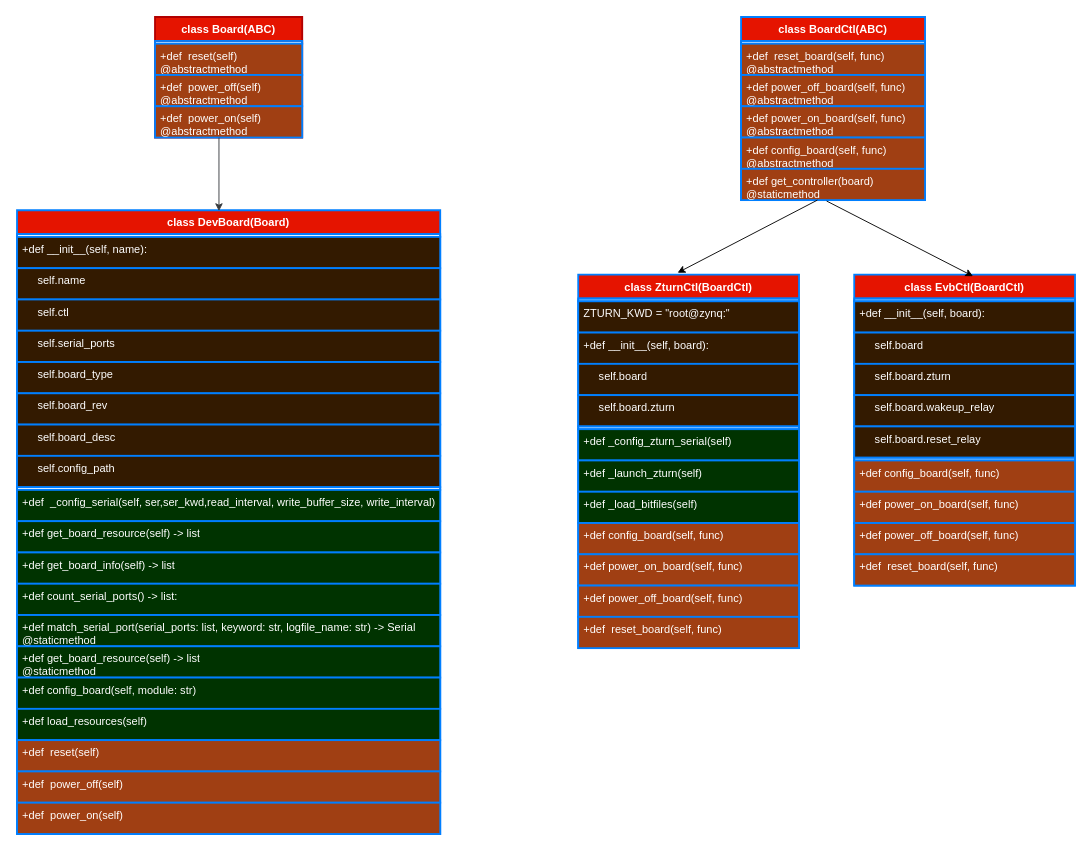
The draw.io diagram board.drawio in RuanZhen139/learngit, before the edit. Source tidied: cells renumbered, new cells numbered last; positions are measured from the earlier drawing's top-left corner, leaving out a move shared by most shapes. Both pictures are drawn from the tidied source at 92%, with x=0, y=0 at pixel (17, 17).
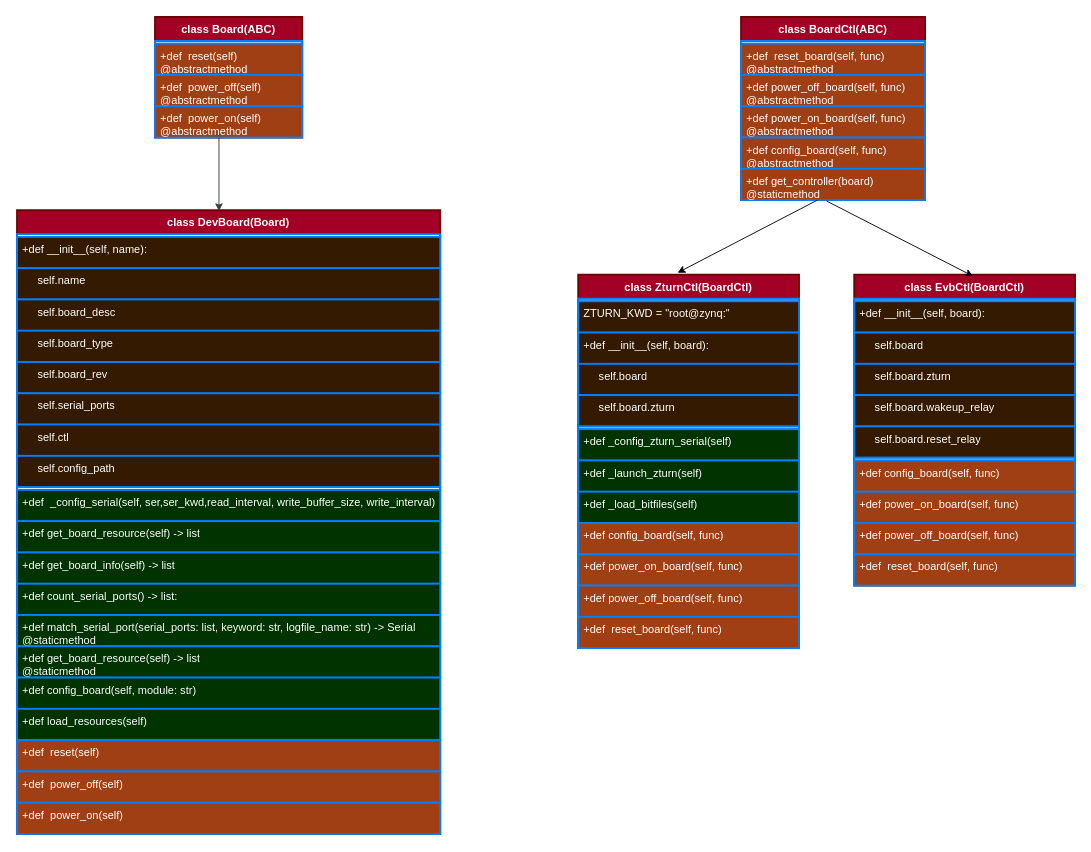
The same diagram, later.

The edit, as a diff of the source:
```diff
@@
-    <mxCell id="2" value="class Board(ABC)" style="swimlane;fontStyle=1;align=center;verticalAlign=top;horizontal=1;startSize=26;whiteSpace=wrap;html=1;fillColor=#e51400;fontColor=#ffffff;strokeColor=#B20000;strokeWidth=2;" parent="1" vertex="1">
+    <mxCell id="2" value="class Board(ABC)" style="swimlane;fontStyle=1;align=center;verticalAlign=top;horizontal=1;startSize=26;whiteSpace=wrap;html=1;fillColor=#a20025;fontColor=#ffffff;strokeColor=#6F0000;strokeWidth=2;" parent="1" vertex="1">
       <mxGeometry x="150" width="160" height="131" as="geometry" />
     </mxCell>
@@
-    <mxCell id="7" value="class DevBoard(Board&lt;span style=&quot;background-color: initial;&quot;&gt;)&lt;/span&gt;" style="swimlane;fontStyle=1;align=center;verticalAlign=top;horizontal=1;startSize=26;whiteSpace=wrap;html=1;fillColor=#e51400;fontColor=#ffffff;strokeColor=#007FFF;strokeWidth=2;" parent="1" vertex="1">
+    <mxCell id="7" value="class DevBoard(Board&lt;span style=&quot;background-color: initial;&quot;&gt;)&lt;/span&gt;" style="swimlane;fontStyle=1;align=center;verticalAlign=top;horizontal=1;startSize=26;whiteSpace=wrap;html=1;fillColor=#a20025;fontColor=#ffffff;strokeColor=#6F0000;strokeWidth=2;" parent="1" vertex="1">
       <mxGeometry y="210" width="460" height="678" as="geometry" />
     </mxCell>
@@
-    <mxCell id="11" value="&amp;nbsp; &amp;nbsp; &amp;nbsp;self.ctl" style="text;strokeColor=#007FFF;fillColor=#331A00;align=left;verticalAlign=top;spacingLeft=4;spacingRight=4;overflow=hidden;whiteSpace=wrap;html=1;fontColor=#ffffff;strokeWidth=2;" parent="7" vertex="1">
-      <mxGeometry y="97" width="460" height="34" as="geometry" />
-    </mxCell>
-    <mxCell id="12" value="&amp;nbsp; &amp;nbsp; &amp;nbsp;self.serial_ports" style="text;strokeColor=#007FFF;fillColor=#331A00;align=left;verticalAlign=top;spacingLeft=4;spacingRight=4;overflow=hidden;whiteSpace=wrap;html=1;fontColor=#ffffff;strokeWidth=2;" parent="7" vertex="1">
-      <mxGeometry y="131" width="460" height="34" as="geometry" />
-    </mxCell>
+    <mxCell id="15" value="&amp;nbsp; &amp;nbsp; &amp;nbsp;self.board_desc" style="text;strokeColor=#007FFF;fillColor=#331A00;align=left;verticalAlign=top;spacingLeft=4;spacingRight=4;overflow=hidden;whiteSpace=wrap;html=1;fontColor=#ffffff;strokeWidth=2;" parent="7" vertex="1">
+      <mxGeometry y="97" width="460" height="34" as="geometry" />
+    </mxCell>
     <mxCell id="13" value="&amp;nbsp; &amp;nbsp; &amp;nbsp;self.board_type" style="text;strokeColor=#007FFF;fillColor=#331A00;align=left;verticalAlign=top;spacingLeft=4;spacingRight=4;overflow=hidden;whiteSpace=wrap;html=1;fontColor=#ffffff;strokeWidth=2;" parent="7" vertex="1">
-      <mxGeometry y="165" width="460" height="34" as="geometry" />
+      <mxGeometry y="131" width="460" height="34" as="geometry" />
     </mxCell>
     <mxCell id="14" value="&amp;nbsp; &amp;nbsp; &amp;nbsp;self.board_rev" style="text;strokeColor=#007FFF;fillColor=#331A00;align=left;verticalAlign=top;spacingLeft=4;spacingRight=4;overflow=hidden;whiteSpace=wrap;html=1;fontColor=#ffffff;strokeWidth=2;" parent="7" vertex="1">
-      <mxGeometry y="199" width="460" height="34" as="geometry" />
+      <mxGeometry y="165" width="460" height="34" as="geometry" />
     </mxCell>
-    <mxCell id="15" value="&amp;nbsp; &amp;nbsp; &amp;nbsp;self.board_desc" style="text;strokeColor=#007FFF;fillColor=#331A00;align=left;verticalAlign=top;spacingLeft=4;spacingRight=4;overflow=hidden;whiteSpace=wrap;html=1;fontColor=#ffffff;strokeWidth=2;" parent="7" vertex="1">
-      <mxGeometry y="233" width="460" height="34" as="geometry" />
-    </mxCell>
+    <mxCell id="12" value="&amp;nbsp; &amp;nbsp; &amp;nbsp;self.serial_ports" style="text;strokeColor=#007FFF;fillColor=#331A00;align=left;verticalAlign=top;spacingLeft=4;spacingRight=4;overflow=hidden;whiteSpace=wrap;html=1;fontColor=#ffffff;strokeWidth=2;" parent="7" vertex="1">
+      <mxGeometry y="199" width="460" height="34" as="geometry" />
+    </mxCell>
+    <mxCell id="11" value="&amp;nbsp; &amp;nbsp; &amp;nbsp;self.ctl" style="text;strokeColor=#007FFF;fillColor=#331A00;align=left;verticalAlign=top;spacingLeft=4;spacingRight=4;overflow=hidden;whiteSpace=wrap;html=1;fontColor=#ffffff;strokeWidth=2;" parent="7" vertex="1">
+      <mxGeometry y="233" width="460" height="34" as="geometry" />
+    </mxCell>
@@
-    <mxCell id="30" value="class BoardCtl(ABC)" style="swimlane;fontStyle=1;align=center;verticalAlign=top;horizontal=1;startSize=26;whiteSpace=wrap;html=1;fillColor=#e51400;fontColor=#ffffff;strokeColor=#007FFF;strokeWidth=2;" parent="1" vertex="1">
+    <mxCell id="30" value="class BoardCtl(ABC)" style="swimlane;fontStyle=1;align=center;verticalAlign=top;horizontal=1;startSize=26;whiteSpace=wrap;html=1;fillColor=#a20025;fontColor=#ffffff;strokeColor=#6F0000;strokeWidth=2;" parent="1" vertex="1">
       <mxGeometry x="787" width="200" height="199" as="geometry" />
     </mxCell>
@@
-    <mxCell id="37" value="class ZturnCtl(BoardCtl)" style="swimlane;fontStyle=1;align=center;verticalAlign=top;horizontal=1;startSize=26;whiteSpace=wrap;html=1;fillColor=#e51400;fontColor=#ffffff;strokeColor=#007FFF;strokeWidth=2;" parent="1" vertex="1">
+    <mxCell id="37" value="class ZturnCtl(BoardCtl)" style="swimlane;fontStyle=1;align=center;verticalAlign=top;horizontal=1;startSize=26;whiteSpace=wrap;html=1;fillColor=#a20025;fontColor=#ffffff;strokeColor=#6F0000;strokeWidth=2;" parent="1" vertex="1">
       <mxGeometry x="610" y="280" width="240" height="406" as="geometry" />
     </mxCell>
@@
-    <mxCell id="51" value="class EvbCtl(BoardCtl)" style="swimlane;fontStyle=1;align=center;verticalAlign=top;horizontal=1;startSize=26;whiteSpace=wrap;html=1;fillColor=#e51400;fontColor=#ffffff;strokeColor=#007FFF;strokeWidth=2;" parent="1" vertex="1">
+    <mxCell id="51" value="class EvbCtl(BoardCtl)" style="swimlane;fontStyle=1;align=center;verticalAlign=top;horizontal=1;startSize=26;whiteSpace=wrap;html=1;fillColor=#a20025;fontColor=#ffffff;strokeColor=#6F0000;strokeWidth=2;" parent="1" vertex="1">
       <mxGeometry x="910" y="280" width="240" height="338" as="geometry" />
     </mxCell>
```
